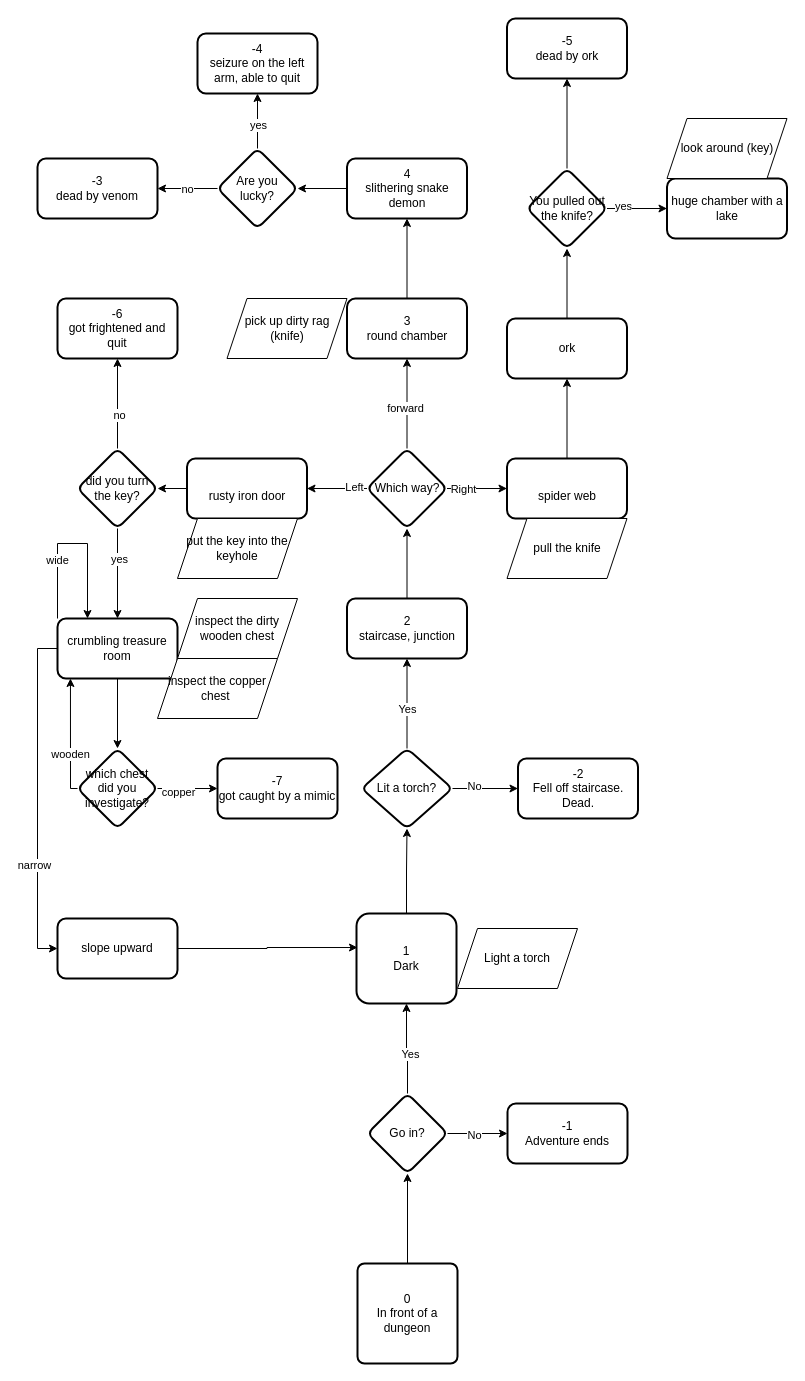
Earlier version of the draw.io diagram page "dungeon flow" (2 of 2) of docs/adventure_engine.drawio (iviczl/adventure). Source tidied: cells renumbered, new cells numbered last; positions are measured from the earlier drawing's top-left corner, leaving out a move shared by most shapes. Both pictures are drawn from the tidied source at 100%, with x=0, y=0 at pixel (37, 18).
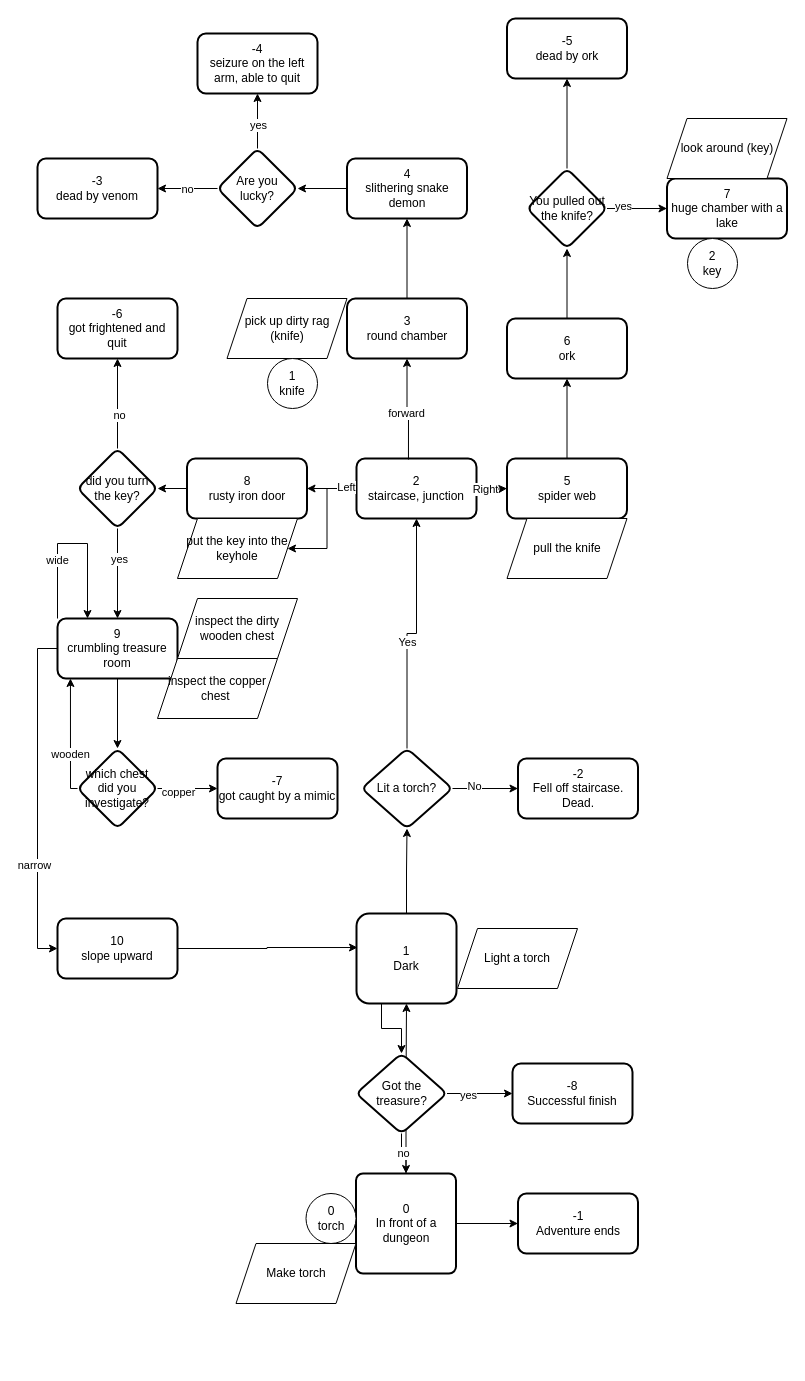
The same diagram, later.

Unchanged cells that the change refers to:
```xml
<mxCell id="11" value="1&lt;br&gt;Dark" style="whiteSpace=wrap;html=1;rounded=1;arcSize=14;strokeWidth=2;" parent="1" vertex="1">
  <mxGeometry x="319" y="895" width="100" height="90" as="geometry" />
</mxCell>
<mxCell id="36" value="3&lt;br&gt;round chamber" style="whiteSpace=wrap;html=1;rounded=1;arcSize=14;strokeWidth=2;" parent="1" vertex="1">
  <mxGeometry x="309.5" y="280" width="120" height="60" as="geometry" />
</mxCell>
<mxCell id="59" value="put the key into the keyhole" style="shape=parallelogram;perimeter=parallelogramPerimeter;whiteSpace=wrap;html=1;fixedSize=1;" parent="1" vertex="1">
  <mxGeometry x="140" y="500" width="120" height="60" as="geometry" />
</mxCell>
```

The edit, as a diff of the source:
```diff
@@
-    <mxCell id="2" style="edgeStyle=orthogonalEdgeStyle;rounded=0;jettySize=auto;html=1;" parent="1" edge="1" source="3" target="8">
-      <mxGeometry relative="1" as="geometry" />
-    </mxCell>
     <mxCell id="3" value="0&lt;br&gt;In front of a dungeon" style="rounded=1;whiteSpace=wrap;html=1;absoluteArcSize=1;arcSize=14;strokeWidth=2;" parent="1" vertex="1">
-      <mxGeometry x="320" y="1245" width="100" height="100" as="geometry" />
+      <mxGeometry x="318.5" y="1155" width="100" height="100" as="geometry" />
     </mxCell>
-    <mxCell id="4" style="edgeStyle=orthogonalEdgeStyle;rounded=0;jettySize=auto;html=1;" parent="1" edge="1" source="8" target="9">
+    <mxCell id="4" style="edgeStyle=orthogonalEdgeStyle;rounded=0;jettySize=auto;html=1;exitX=1;exitY=0.5;exitDx=0;exitDy=0;" parent="1" edge="1" source="3" target="9">
       <mxGeometry relative="1" as="geometry" />
     </mxCell>
-    <mxCell id="5" value="No" style="edgeLabel;html=1;align=center;verticalAlign=middle;" parent="4" vertex="1">
-      <mxGeometry x="-0.13" y="-1" relative="1" as="geometry" />
-    </mxCell>
-    <mxCell id="6" style="edgeStyle=orthogonalEdgeStyle;rounded=0;jettySize=auto;html=1;" parent="1" edge="1" source="8" target="11">
+    <mxCell id="6" style="edgeStyle=orthogonalEdgeStyle;rounded=0;jettySize=auto;html=1;exitX=0.5;exitY=0;exitDx=0;exitDy=0;" parent="1" edge="1" source="3" target="11">
       <mxGeometry relative="1" as="geometry" />
     </mxCell>
-    <mxCell id="7" value="Yes" style="edgeLabel;html=1;align=center;verticalAlign=middle;" parent="6" vertex="1">
-      <mxGeometry x="-0.11" y="-2" relative="1" as="geometry" />
-    </mxCell>
-    <mxCell id="8" value="Go in?" style="rhombus;whiteSpace=wrap;html=1;rounded=1;arcSize=14;strokeWidth=2;" parent="1" vertex="1">
-      <mxGeometry x="330" y="1075" width="80" height="80" as="geometry" />
-    </mxCell>
     <mxCell id="9" value="-1 &lt;br&gt;Adventure ends" style="whiteSpace=wrap;html=1;rounded=1;arcSize=14;strokeWidth=2;" parent="1" vertex="1">
-      <mxGeometry x="470" y="1085" width="120" height="60" as="geometry" />
+      <mxGeometry x="480.5" y="1175" width="120" height="60" as="geometry" />
     </mxCell>
@@
+    <mxCell id="77" style="edgeStyle=orthogonalEdgeStyle;rounded=0;jettySize=auto;html=1;exitX=0.25;exitY=1;exitDx=0;exitDy=0;" parent="1" edge="1" source="11" target="85">
+      <mxGeometry relative="1" as="geometry" />
+    </mxCell>
@@
-    <mxCell id="18" style="edgeStyle=orthogonalEdgeStyle;rounded=0;jettySize=auto;html=1;" parent="1" edge="1" source="19" target="26">
-      <mxGeometry relative="1" as="geometry" />
-    </mxCell>
+    <mxCell id="78" style="edgeStyle=orthogonalEdgeStyle;rounded=0;jettySize=auto;html=1;" parent="1" edge="1" source="19" target="59">
+      <mxGeometry relative="1" as="geometry" />
+    </mxCell>
     <mxCell id="19" value="2&lt;br&gt;staircase, junction" style="whiteSpace=wrap;html=1;rounded=1;arcSize=14;strokeWidth=2;" parent="1" vertex="1">
-      <mxGeometry x="309.5" y="580" width="120" height="60" as="geometry" />
+      <mxGeometry x="319" y="440" width="120" height="60" as="geometry" />
     </mxCell>
-    <mxCell id="20" style="edgeStyle=orthogonalEdgeStyle;rounded=0;jettySize=auto;html=1;" parent="1" edge="1" source="26" target="28">
-      <mxGeometry relative="1" as="geometry" />
+    <mxCell id="20" style="edgeStyle=orthogonalEdgeStyle;rounded=0;jettySize=auto;html=1;" parent="1" edge="1" target="28">
+      <mxGeometry relative="1" as="geometry">
+        <mxPoint x="440" y="470" as="sourcePoint" />
+      </mxGeometry>
     </mxCell>
@@
-    <mxCell id="22" style="edgeStyle=orthogonalEdgeStyle;rounded=0;jettySize=auto;html=1;" parent="1" edge="1" source="26" target="30">
+    <mxCell id="22" style="edgeStyle=orthogonalEdgeStyle;rounded=0;jettySize=auto;html=1;exitX=0;exitY=0.5;exitDx=0;exitDy=0;" parent="1" edge="1" source="19" target="30">
       <mxGeometry relative="1" as="geometry" />
     </mxCell>
@@
-    <mxCell id="24" style="edgeStyle=orthogonalEdgeStyle;rounded=0;jettySize=auto;html=1;" parent="1" edge="1" source="26" target="36">
+    <mxCell id="24" style="edgeStyle=orthogonalEdgeStyle;rounded=0;jettySize=auto;html=1;exitX=0.433;exitY=0.017;exitDx=0;exitDy=0;exitPerimeter=0;" parent="1" edge="1" source="19" target="36">
       <mxGeometry relative="1" as="geometry" />
     </mxCell>
@@
-    <mxCell id="26" value="Which way?" style="rhombus;whiteSpace=wrap;html=1;rounded=1;arcSize=14;strokeWidth=2;" parent="1" vertex="1">
-      <mxGeometry x="329.5" y="430" width="80" height="80" as="geometry" />
-    </mxCell>
@@
-    <mxCell id="28" value="&lt;br&gt;spider web" style="whiteSpace=wrap;html=1;rounded=1;arcSize=14;strokeWidth=2;" parent="1" vertex="1">
+    <mxCell id="28" value="5&lt;br&gt;spider web" style="whiteSpace=wrap;html=1;rounded=1;arcSize=14;strokeWidth=2;" parent="1" vertex="1">
       <mxGeometry x="469.5" y="440" width="120" height="60" as="geometry" />
     </mxCell>
@@
-    <mxCell id="30" value="&lt;br&gt;rusty iron door" style="whiteSpace=wrap;html=1;rounded=1;arcSize=14;strokeWidth=2;" parent="1" vertex="1">
+    <mxCell id="30" value="8&lt;br&gt;rusty iron door" style="whiteSpace=wrap;html=1;rounded=1;arcSize=14;strokeWidth=2;" parent="1" vertex="1">
       <mxGeometry x="149.5" y="440" width="120" height="60" as="geometry" />
     </mxCell>
@@
-    <mxCell id="33" value="ork" style="whiteSpace=wrap;html=1;rounded=1;arcSize=14;strokeWidth=2;" parent="1" vertex="1">
+    <mxCell id="33" value="6&lt;div&gt;ork&lt;/div&gt;" style="whiteSpace=wrap;html=1;rounded=1;arcSize=14;strokeWidth=2;" parent="1" vertex="1">
       <mxGeometry x="469.5" y="300" width="120" height="60" as="geometry" />
     </mxCell>
@@
-    <mxCell id="56" value="huge chamber with a lake" style="whiteSpace=wrap;html=1;rounded=1;arcSize=14;strokeWidth=2;" parent="1" vertex="1">
+    <mxCell id="56" value="7&lt;div&gt;huge chamber with a lake&lt;/div&gt;" style="whiteSpace=wrap;html=1;rounded=1;arcSize=14;strokeWidth=2;" parent="1" vertex="1">
       <mxGeometry x="629.5" y="160" width="120" height="60" as="geometry" />
     </mxCell>
@@
-    <mxCell id="66" value="crumbling treasure room" style="whiteSpace=wrap;html=1;rounded=1;arcSize=14;strokeWidth=2;" parent="1" vertex="1">
+    <mxCell id="66" value="9&lt;div&gt;crumbling treasure room&lt;/div&gt;" style="whiteSpace=wrap;html=1;rounded=1;arcSize=14;strokeWidth=2;" parent="1" vertex="1">
       <mxGeometry x="20" y="600" width="120" height="60" as="geometry" />
     </mxCell>
@@
-    <mxCell id="74" value="slope upward" style="whiteSpace=wrap;html=1;rounded=1;arcSize=14;strokeWidth=2;" parent="1" vertex="1">
+    <mxCell id="74" value="10&lt;div&gt;slope upward&lt;/div&gt;" style="whiteSpace=wrap;html=1;rounded=1;arcSize=14;strokeWidth=2;" parent="1" vertex="1">
       <mxGeometry x="20" y="900" width="120" height="60" as="geometry" />
     </mxCell>
@@
+    <mxCell id="79" value="0&lt;div&gt;torch&lt;/div&gt;" style="ellipse;whiteSpace=wrap;html=1;" parent="1" vertex="1">
+      <mxGeometry x="268.5" y="1175" width="50" height="50" as="geometry" />
+    </mxCell>
+    <mxCell id="80" value="&lt;div&gt;1&lt;/div&gt;&lt;div&gt;knife&lt;/div&gt;" style="ellipse;whiteSpace=wrap;html=1;" parent="1" vertex="1">
+      <mxGeometry x="230" y="340" width="50" height="50" as="geometry" />
+    </mxCell>
+    <mxCell id="81" value="&lt;div&gt;2&lt;/div&gt;&lt;div&gt;key&lt;/div&gt;" style="ellipse;whiteSpace=wrap;html=1;" parent="1" vertex="1">
+      <mxGeometry x="650" y="220" width="50" height="50" as="geometry" />
+    </mxCell>
+    <mxCell id="82" style="edgeStyle=orthogonalEdgeStyle;rounded=0;jettySize=auto;html=1;" parent="1" edge="1" source="85" target="86">
+      <mxGeometry relative="1" as="geometry" />
+    </mxCell>
+    <mxCell id="83" value="yes" style="edgeLabel;html=1;align=center;verticalAlign=middle;" parent="82" vertex="1">
+      <mxGeometry x="-0.37" y="-1" relative="1" as="geometry" />
+    </mxCell>
+    <mxCell id="84" value="no" style="edgeStyle=orthogonalEdgeStyle;rounded=0;jettySize=auto;html=1;exitX=0.5;exitY=1;exitDx=0;exitDy=0;" parent="1" edge="1" source="85" target="3">
+      <mxGeometry relative="1" as="geometry" />
+    </mxCell>
+    <mxCell id="85" value="Got the treasure?" style="rhombus;whiteSpace=wrap;html=1;rounded=1;arcSize=14;strokeWidth=2;" parent="1" vertex="1">
+      <mxGeometry x="318.5" y="1035" width="91" height="80" as="geometry" />
+    </mxCell>
+    <mxCell id="86" value="-8&lt;div&gt;Successful finish&lt;/div&gt;" style="whiteSpace=wrap;html=1;rounded=1;arcSize=14;strokeWidth=2;" parent="1" vertex="1">
+      <mxGeometry x="475" y="1045" width="120" height="60" as="geometry" />
+    </mxCell>
+    <mxCell id="87" value="Make torch" style="shape=parallelogram;perimeter=parallelogramPerimeter;whiteSpace=wrap;html=1;fixedSize=1;" parent="1" vertex="1">
+      <mxGeometry x="198.5" y="1225" width="120" height="60" as="geometry" />
+    </mxCell>
```
